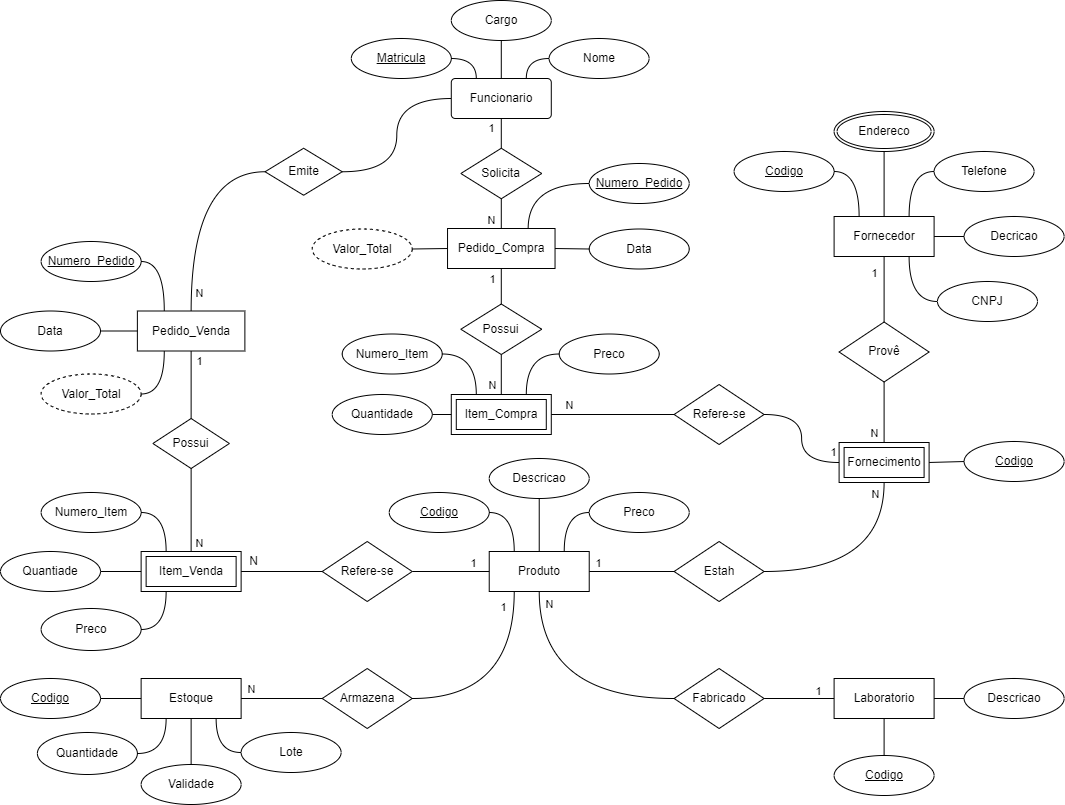
ICEI-PUCMinas-PSG-SI-TI/psg-si-2025-1-p3-tiapn-6818100-farmacia-popular keeps this draw.io diagram as docs/images/modelo-er.png. Above is the earlier version. Source tidied: cells renumbered, new cells last; positions are measured from the earlier drawing's top-left corner, leaving out a move shared by most shapes.
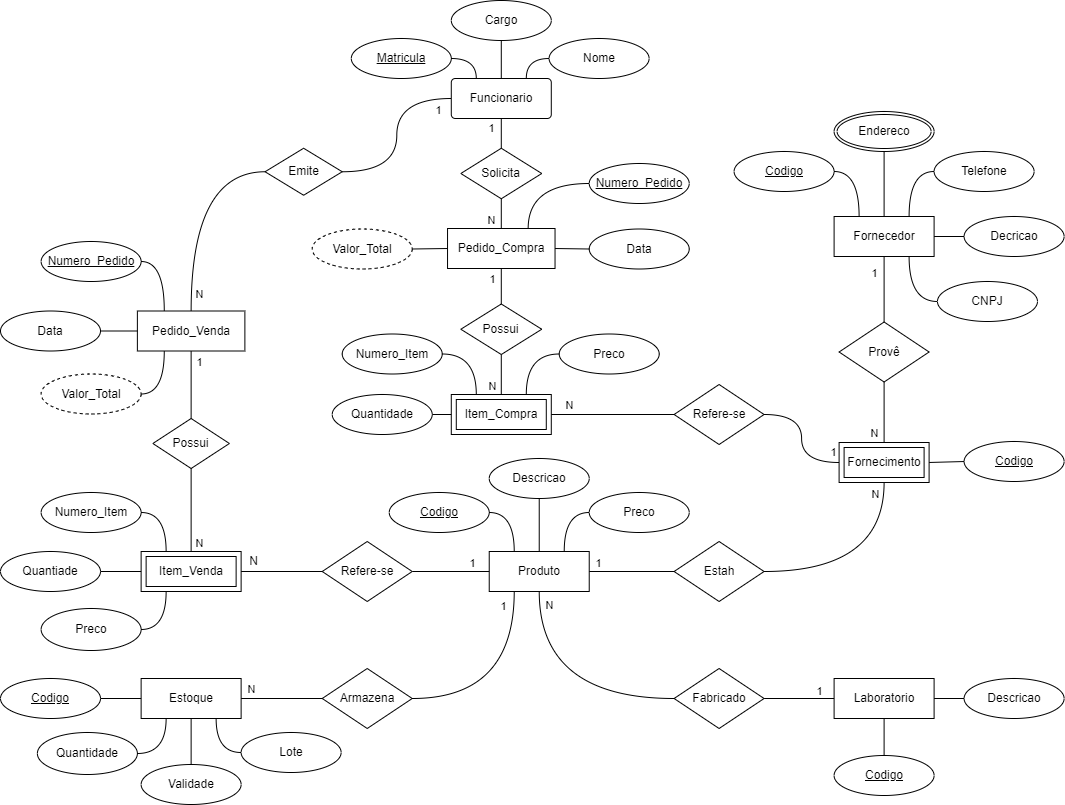
Later version of the same file.

Diff of the diagram source:
```diff
@@ -170,6 +170,11 @@
     <mxCell id="53" style="endArrow=none;html=1;rounded=0;entryX=0;entryY=0.5;entryDx=0;entryDy=0;exitX=1;exitY=0.5;exitDx=0;exitDy=0;edgeStyle=orthogonalEdgeStyle;curved=1;" parent="1" edge="1" source="52" target="2">
       <mxGeometry relative="1" as="geometry" />
     </mxCell>
+    <mxCell id="121" value="1" style="edgeLabel;html=1;align=center;verticalAlign=middle;" parent="53" vertex="1">
+      <mxGeometry x="0.9" y="1" relative="1" as="geometry">
+        <mxPoint x="-4" y="12" as="offset" />
+      </mxGeometry>
+    </mxCell>
     <mxCell id="54" style="endArrow=none;html=1;rounded=0;exitX=0;exitY=0.5;exitDx=0;exitDy=0;entryX=0.5;entryY=0;entryDx=0;entryDy=0;edgeStyle=orthogonalEdgeStyle;curved=1;" parent="1" edge="1" source="52" target="13">
       <mxGeometry relative="1" as="geometry" />
     </mxCell>
```
